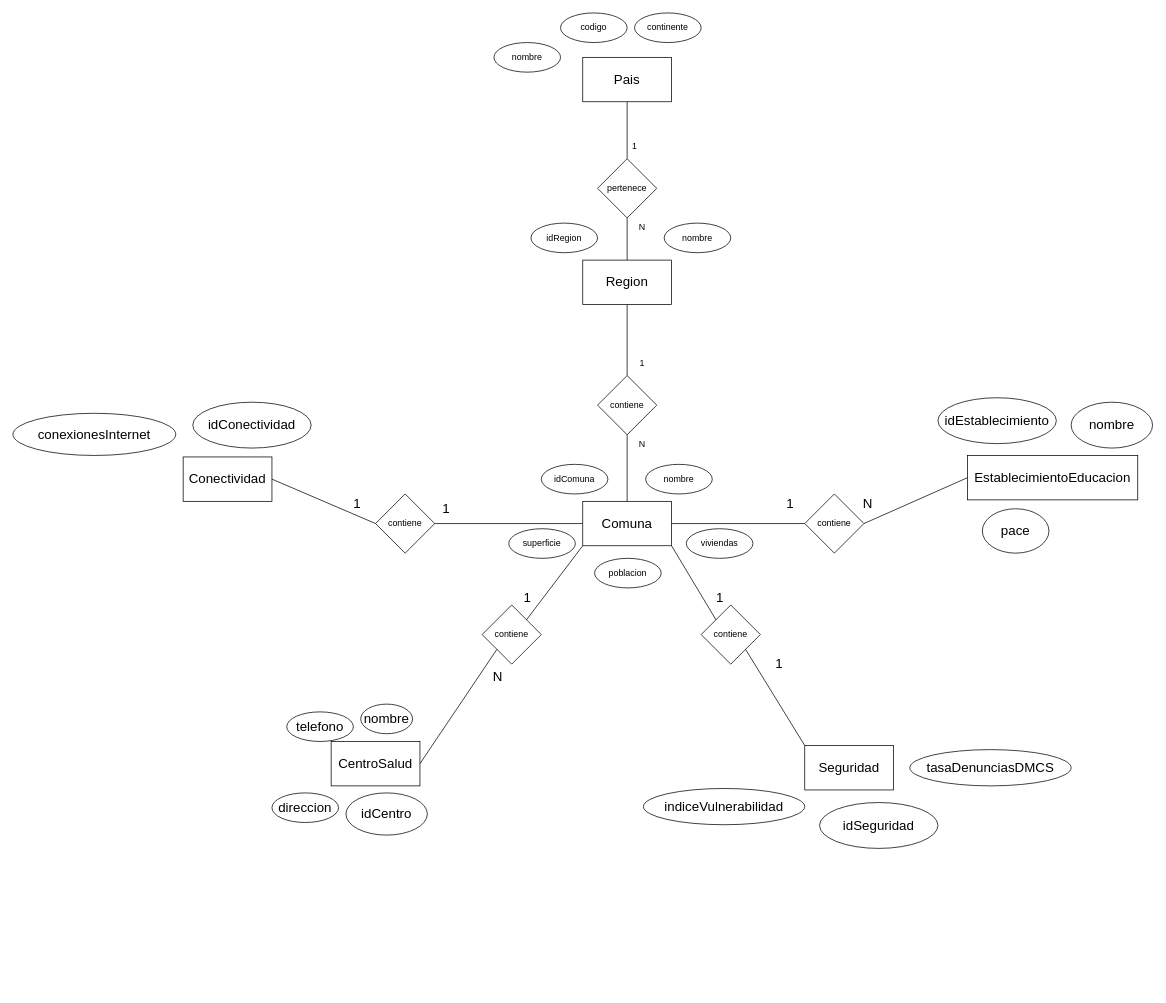
This is documento/diagrama entidad-relacion.drawio from LuisPa197/INFO133-equipo01, a draw.io file, before an edit. Source tidied: cells renumbered, new cells numbered last; positions are measured from the earlier drawing's top-left corner, leaving out a move shared by most shapes. Both pictures are drawn from the tidied source at 74%, with x=0, y=0 at pixel (13, 13).
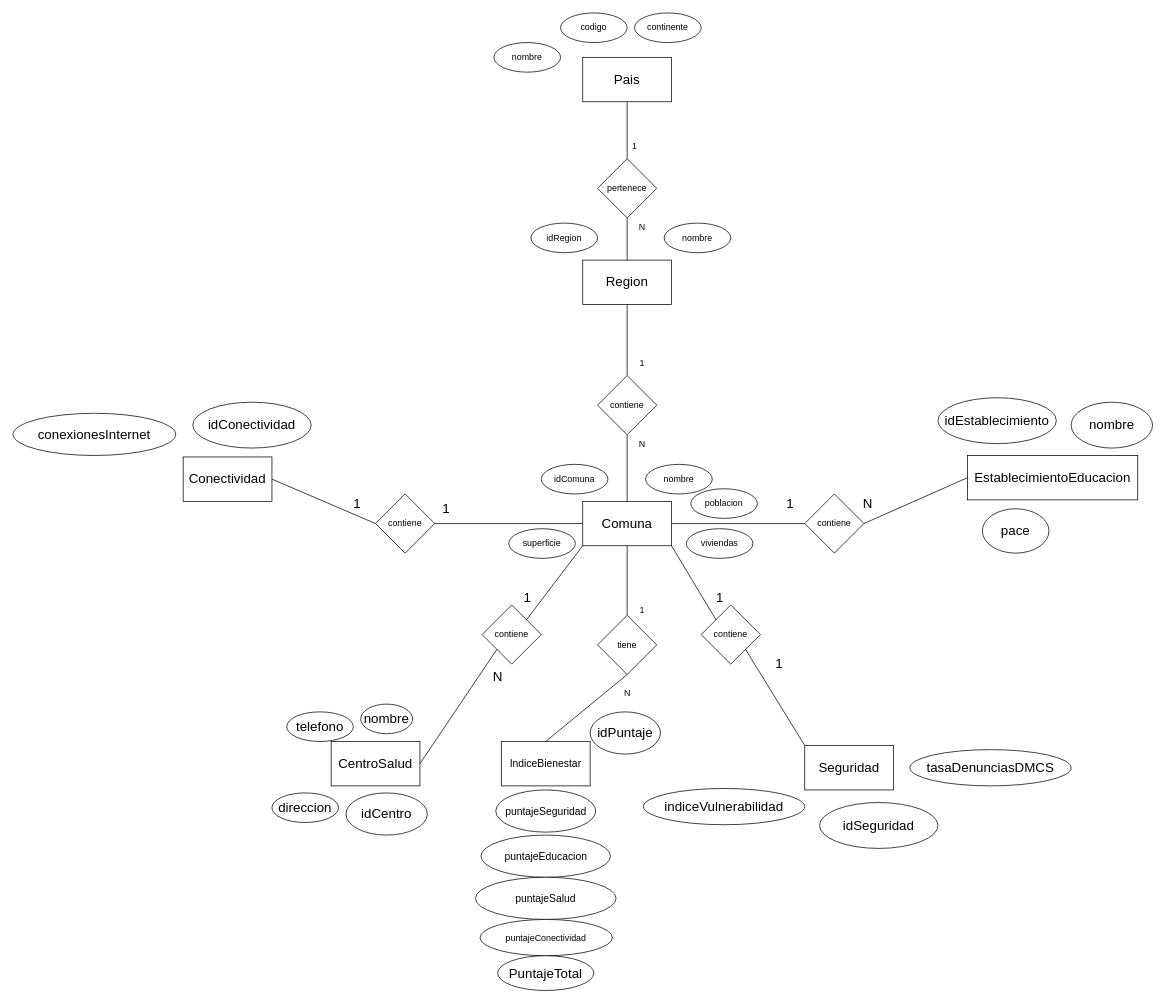
Above is the later version.

Commit message:
actualizacion diagrama

The change refers to these unchanged cells:
```xml
<mxCell id="4" value="&lt;font style=&quot;font-size: 18px;&quot;&gt;Comuna&lt;/font&gt;" style="rounded=0;whiteSpace=wrap;html=1;" parent="1" vertex="1">
  <mxGeometry x="770" y="660" width="120" height="60" as="geometry" />
</mxCell>
```

What changed in the source:
```diff
@@
     <mxCell id="22" value="poblacion" style="ellipse;whiteSpace=wrap;html=1;" parent="1" vertex="1">
-      <mxGeometry x="786" y="737" width="90" height="40" as="geometry" />
+      <mxGeometry x="916" y="643" width="90" height="40" as="geometry" />
     </mxCell>
@@
+    <mxCell id="61" style="endArrow=none;html=1;rounded=0;entryX=0.5;entryY=1;entryDx=0;entryDy=0;" parent="1" edge="1" target="4">
+      <mxGeometry relative="1" as="geometry">
+        <mxPoint x="830" y="814" as="sourcePoint" />
+      </mxGeometry>
+    </mxCell>
+    <mxCell id="62" value="tiene" style="rhombus;whiteSpace=wrap;html=1;" parent="1" vertex="1">
+      <mxGeometry x="790" y="814" width="80" height="80" as="geometry" />
+    </mxCell>
+    <mxCell id="63" style="endArrow=none;html=1;rounded=0;entryX=0.5;entryY=1;entryDx=0;entryDy=0;exitX=0.5;exitY=0;exitDx=0;exitDy=0;" parent="1" edge="1" source="64" target="62">
+      <mxGeometry relative="1" as="geometry" />
+    </mxCell>
+    <mxCell id="64" value="&lt;font style=&quot;font-size: 14px;&quot;&gt;IndiceBienestar&lt;/font&gt;" style="rounded=0;whiteSpace=wrap;html=1;" parent="1" vertex="1">
+      <mxGeometry x="660" y="984.5" width="120" height="60" as="geometry" />
+    </mxCell>
+    <mxCell id="65" value="1" style="text;html=1;align=center;verticalAlign=middle;strokeColor=none;fillColor=none;" parent="1" vertex="1">
+      <mxGeometry x="835" y="792" width="30" height="30" as="geometry" />
+    </mxCell>
+    <mxCell id="66" value="N" style="text;html=1;align=center;verticalAlign=middle;strokeColor=none;fillColor=none;" parent="1" vertex="1">
+      <mxGeometry x="815" y="904" width="30" height="30" as="geometry" />
+    </mxCell>
+    <mxCell id="67" value="&lt;font style=&quot;font-size: 14px;&quot;&gt;puntajeSeguridad&lt;/font&gt;" style="ellipse;whiteSpace=wrap;html=1;" parent="1" vertex="1">
+      <mxGeometry x="652.5" y="1050" width="135" height="57" as="geometry" />
+    </mxCell>
+    <mxCell id="68" value="&lt;font style=&quot;font-size: 14px;&quot;&gt;puntajeEducacion&lt;/font&gt;" style="ellipse;whiteSpace=wrap;html=1;" parent="1" vertex="1">
+      <mxGeometry x="632.5" y="1111" width="175" height="57" as="geometry" />
+    </mxCell>
+    <mxCell id="69" value="&lt;span style=&quot;font-size: 18px;&quot;&gt;idPuntaje&lt;/span&gt;" style="ellipse;whiteSpace=wrap;html=1;" parent="1" vertex="1">
+      <mxGeometry x="780" y="944.5" width="95" height="57" as="geometry" />
+    </mxCell>
+    <mxCell id="70" value="&lt;font style=&quot;font-size: 14px;&quot;&gt;puntajeSalud&lt;/font&gt;" style="ellipse;whiteSpace=wrap;html=1;" parent="1" vertex="1">
+      <mxGeometry x="625" y="1168" width="190" height="57" as="geometry" />
+    </mxCell>
+    <mxCell id="71" value="puntajeConectividad" style="ellipse;whiteSpace=wrap;html=1;" parent="1" vertex="1">
+      <mxGeometry x="631.2" y="1225" width="178.8" height="49" as="geometry" />
+    </mxCell>
+    <mxCell id="72" value="&lt;span style=&quot;font-size: 18px;&quot;&gt;PuntajeTotal&lt;/span&gt;" style="ellipse;whiteSpace=wrap;html=1;" parent="1" vertex="1">
+      <mxGeometry x="655" y="1274" width="130" height="47" as="geometry" />
+    </mxCell>
```
